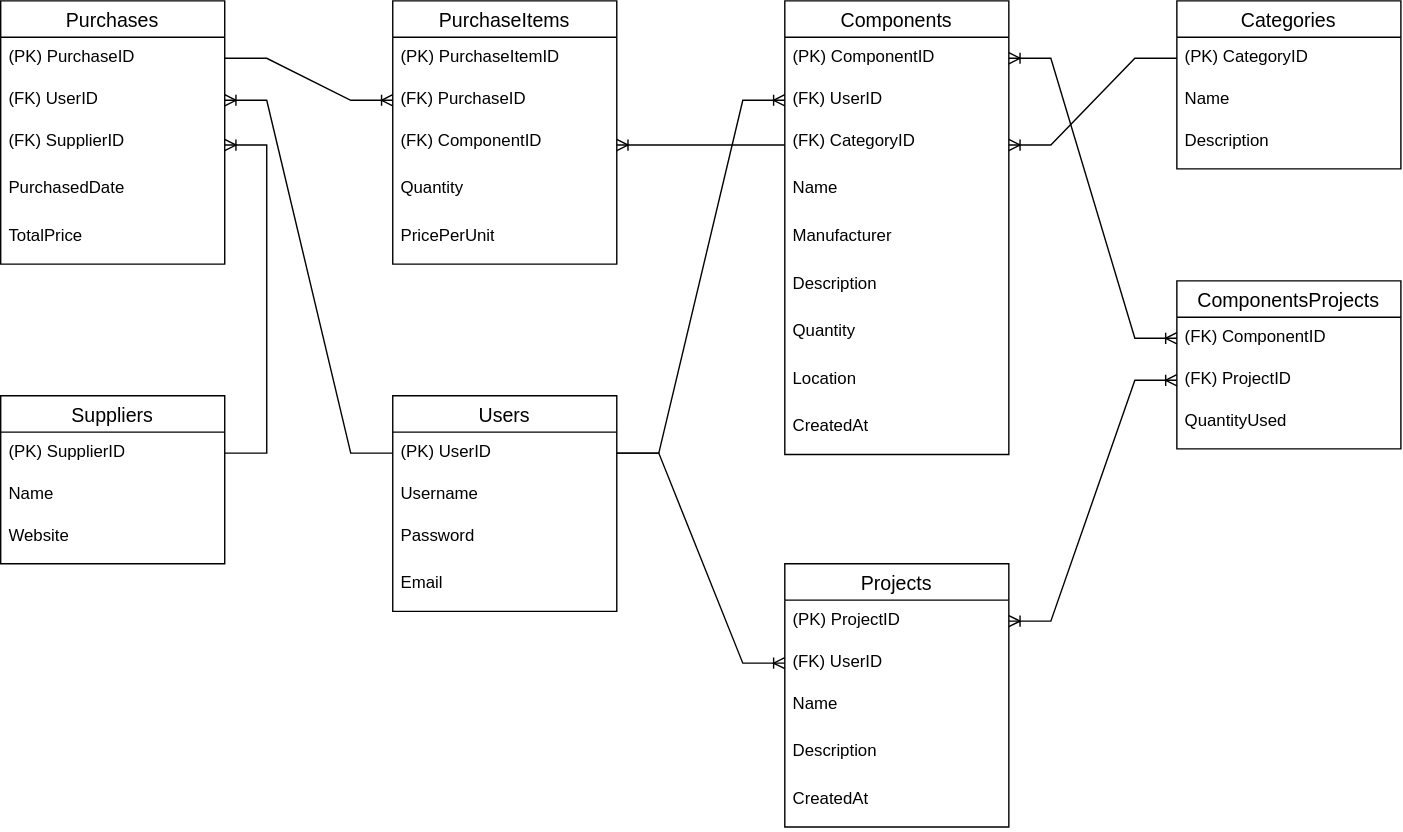
DarekKrawczyk/ElectronDepot keeps this draw.io diagram as Server/Server/Doc/DBDiagram.svg. Above is the earlier version. Source tidied: cells renumbered, new cells last; positions are measured from the earlier drawing's top-left corner, leaving out a move shared by most shapes.
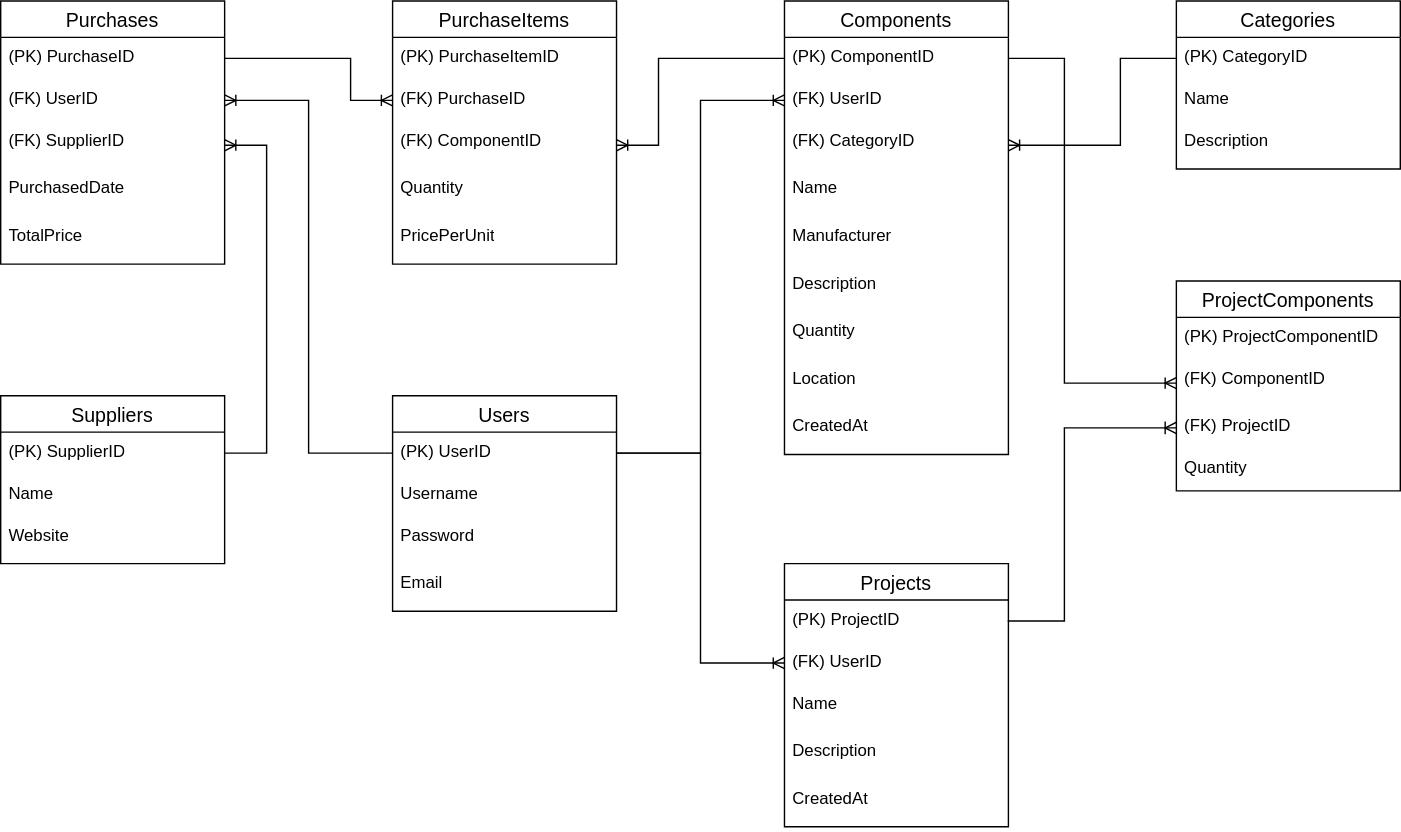
Above is the later version.

Change to the diagram source:
```diff
@@ -77,18 +77,21 @@
     <mxCell id="26" value="CreatedAt" style="text;strokeColor=none;fillColor=none;spacingLeft=4;spacingRight=4;overflow=hidden;fontSize=12;whiteSpace=wrap;html=1;" parent="21" vertex="1">
       <mxGeometry y="154" width="160" height="34" as="geometry" />
     </mxCell>
-    <mxCell id="27" value="ComponentsProjects" style="swimlane;fontStyle=0;horizontal=1;startSize=26;align=center;fontSize=14;" parent="1" vertex="1">
-      <mxGeometry x="860" y="200" width="160" height="120" as="geometry" />
+    <mxCell id="27" value="ProjectComponents" style="swimlane;fontStyle=0;horizontal=1;startSize=26;align=center;fontSize=14;" parent="1" vertex="1">
+      <mxGeometry x="860" y="200" width="160" height="150" as="geometry" />
     </mxCell>
-    <mxCell id="28" value="(FK) ComponentID" style="text;strokeColor=none;fillColor=none;spacingLeft=4;spacingRight=4;overflow=hidden;points=[[0,0.5],[1,0.5]];portConstraint=eastwest;fontSize=12;whiteSpace=wrap;html=1;" parent="27" vertex="1">
+    <mxCell id="28" value="(PK) ProjectComponentID" style="text;strokeColor=none;fillColor=none;spacingLeft=4;spacingRight=4;overflow=hidden;points=[[0,0.5],[1,0.5]];portConstraint=eastwest;fontSize=12;whiteSpace=wrap;html=1;" parent="27" vertex="1">
       <mxGeometry y="26" width="160" height="30" as="geometry" />
     </mxCell>
+    <mxCell id="30" value="(FK) ComponentID" style="text;strokeColor=none;fillColor=none;spacingLeft=4;spacingRight=4;overflow=hidden;points=[[0,0.5],[1,0.5]];portConstraint=eastwest;fontSize=12;whiteSpace=wrap;html=1;" parent="27" vertex="1">
+      <mxGeometry y="56" width="160" height="34" as="geometry" />
+    </mxCell>
     <mxCell id="29" value="(FK) ProjectID" style="text;strokeColor=none;fillColor=none;spacingLeft=4;spacingRight=4;overflow=hidden;points=[[0,0.5],[1,0.5]];portConstraint=eastwest;fontSize=12;whiteSpace=wrap;html=1;" parent="27" vertex="1">
-      <mxGeometry y="56" width="160" height="30" as="geometry" />
+      <mxGeometry y="90" width="160" height="30" as="geometry" />
     </mxCell>
-    <mxCell id="30" value="QuantityUsed" style="text;strokeColor=none;fillColor=none;spacingLeft=4;spacingRight=4;overflow=hidden;points=[[0,0.5],[1,0.5]];portConstraint=eastwest;fontSize=12;whiteSpace=wrap;html=1;" parent="27" vertex="1">
-      <mxGeometry y="86" width="160" height="34" as="geometry" />
-    </mxCell>
+    <mxCell id="56" value="Quantity" style="text;strokeColor=none;fillColor=none;spacingLeft=4;spacingRight=4;overflow=hidden;fontSize=12;whiteSpace=wrap;html=1;" parent="27" vertex="1">
+      <mxGeometry y="120" width="160" height="30" as="geometry" />
+    </mxCell>
     <mxCell id="31" value="Purchases" style="swimlane;fontStyle=0;horizontal=1;startSize=26;align=center;fontSize=14;" parent="1" vertex="1">
       <mxGeometry x="20" width="160" height="188" as="geometry" />
     </mxCell>
@@ -137,24 +140,22 @@
     <mxCell id="46" value="Website" style="text;strokeColor=none;fillColor=none;spacingLeft=4;spacingRight=4;overflow=hidden;fontSize=12;whiteSpace=wrap;html=1;" parent="43" vertex="1">
       <mxGeometry y="86" width="160" height="34" as="geometry" />
     </mxCell>
-    <mxCell id="47" style="edgeStyle=entityRelationEdgeStyle;fontSize=12;html=1;endArrow=ERoneToMany;rounded=0;" parent="1" edge="1" source="3" target="23">
+    <mxCell id="47" style="edgeStyle=orthogonalEdgeStyle;fontSize=12;html=1;endArrow=ERoneToMany;rounded=0;" parent="1" edge="1" source="3" target="23">
       <mxGeometry relative="1" as="geometry" />
     </mxCell>
-    <mxCell id="48" style="edgeStyle=entityRelationEdgeStyle;fontSize=12;html=1;endArrow=ERoneToMany;rounded=0;" parent="1" edge="1" source="3" target="9">
-      <mxGeometry relative="1" as="geometry">
-        <Array as="points">
-          <mxPoint x="510" y="80" />
-          <mxPoint x="540" y="240" />
-          <mxPoint x="490" y="200" />
-          <mxPoint x="520" y="160" />
-        </Array>
-      </mxGeometry>
+    <mxCell id="48" style="edgeStyle=orthogonalEdgeStyle;fontSize=12;html=1;endArrow=ERoneToMany;rounded=0;" parent="1" edge="1" source="3" target="9">
+      <mxGeometry relative="1" as="geometry" />
     </mxCell>
-    <mxCell id="49" style="edgeStyle=entityRelationEdgeStyle;fontSize=12;html=1;endArrow=ERoneToMany;rounded=0;" parent="1" edge="1" source="3" target="33">
+    <mxCell id="49" style="edgeStyle=orthogonalEdgeStyle;fontSize=12;html=1;endArrow=ERoneToMany;rounded=0;jumpStyle=arc;" parent="1" edge="1" source="3" target="33">
       <mxGeometry relative="1" as="geometry" />
     </mxCell>
-    <mxCell id="50" style="edgeStyle=entityRelationEdgeStyle;fontSize=12;html=1;endArrow=ERoneToMany;rounded=0;" parent="1" edge="1" source="32" target="39">
-      <mxGeometry relative="1" as="geometry" />
+    <mxCell id="50" style="edgeStyle=orthogonalEdgeStyle;fontSize=12;html=1;endArrow=ERoneToMany;rounded=0;" parent="1" edge="1" source="32" target="39">
+      <mxGeometry relative="1" as="geometry">
+        <Array as="points">
+          <mxPoint x="270" y="41" />
+          <mxPoint x="270" y="71" />
+        </Array>
+      </mxGeometry>
     </mxCell>
     <mxCell id="51" style="edgeStyle=entityRelationEdgeStyle;fontSize=12;html=1;endArrow=ERoneToMany;rounded=0;" parent="1" edge="1" source="44" target="34">
       <mxGeometry relative="1" as="geometry">
@@ -165,17 +166,37 @@
         </Array>
       </mxGeometry>
     </mxCell>
-    <mxCell id="52" style="edgeStyle=entityRelationEdgeStyle;fontSize=12;html=1;endArrow=ERoneToMany;rounded=0;" parent="1" edge="1" source="18" target="10">
-      <mxGeometry relative="1" as="geometry" />
+    <mxCell id="52" style="edgeStyle=orthogonalEdgeStyle;fontSize=12;html=1;endArrow=ERoneToMany;rounded=0;" parent="1" edge="1" source="18" target="10">
+      <mxGeometry relative="1" as="geometry">
+        <Array as="points">
+          <mxPoint x="820" y="41" />
+          <mxPoint x="820" y="103" />
+        </Array>
+      </mxGeometry>
     </mxCell>
-    <mxCell id="53" style="edgeStyle=entityRelationEdgeStyle;fontSize=12;html=1;endArrow=ERoneToMany;rounded=0;" parent="1" edge="1" source="10" target="40">
-      <mxGeometry relative="1" as="geometry" />
+    <mxCell id="53" style="edgeStyle=orthogonalEdgeStyle;fontSize=12;html=1;endArrow=ERoneToMany;rounded=0;" parent="1" edge="1" source="8" target="40">
+      <mxGeometry relative="1" as="geometry">
+        <Array as="points">
+          <mxPoint x="490" y="41" />
+          <mxPoint x="490" y="103" />
+        </Array>
+      </mxGeometry>
     </mxCell>
+    <mxCell id="55" style="edgeStyle=orthogonalEdgeStyle;fontSize=12;html=1;endArrow=ERoneToMany;startArrow=none;rounded=0;startFill=0;strokeColor=default;" parent="1" edge="1" source="8" target="30">
+      <mxGeometry relative="1" as="geometry">
+        <Array as="points">
+          <mxPoint x="780" y="41" />
+          <mxPoint x="780" y="273" />
+        </Array>
+      </mxGeometry>
+    </mxCell>
-    <mxCell id="54" style="edgeStyle=entityRelationEdgeStyle;fontSize=12;html=1;endArrow=ERoneToMany;startArrow=ERoneToMany;rounded=0;" parent="1" edge="1" source="22" target="29">
-      <mxGeometry relative="1" as="geometry" />
+    <mxCell id="54" style="edgeStyle=orthogonalEdgeStyle;fontSize=12;html=1;endArrow=ERoneToMany;rounded=0;linejoin=miter-clip;linecap=square;" parent="1" edge="1" source="22" target="29">
+      <mxGeometry relative="1" as="geometry">
+        <Array as="points">
+          <mxPoint x="780" y="443" />
+          <mxPoint x="780" y="305" />
+        </Array>
+      </mxGeometry>
     </mxCell>
-    <mxCell id="55" style="edgeStyle=entityRelationEdgeStyle;fontSize=12;html=1;endArrow=ERoneToMany;startArrow=ERoneToMany;rounded=0;" parent="1" edge="1" source="8" target="28">
-      <mxGeometry relative="1" as="geometry" />
-    </mxCell>
   </root>
 </mxGraphModel>
```
